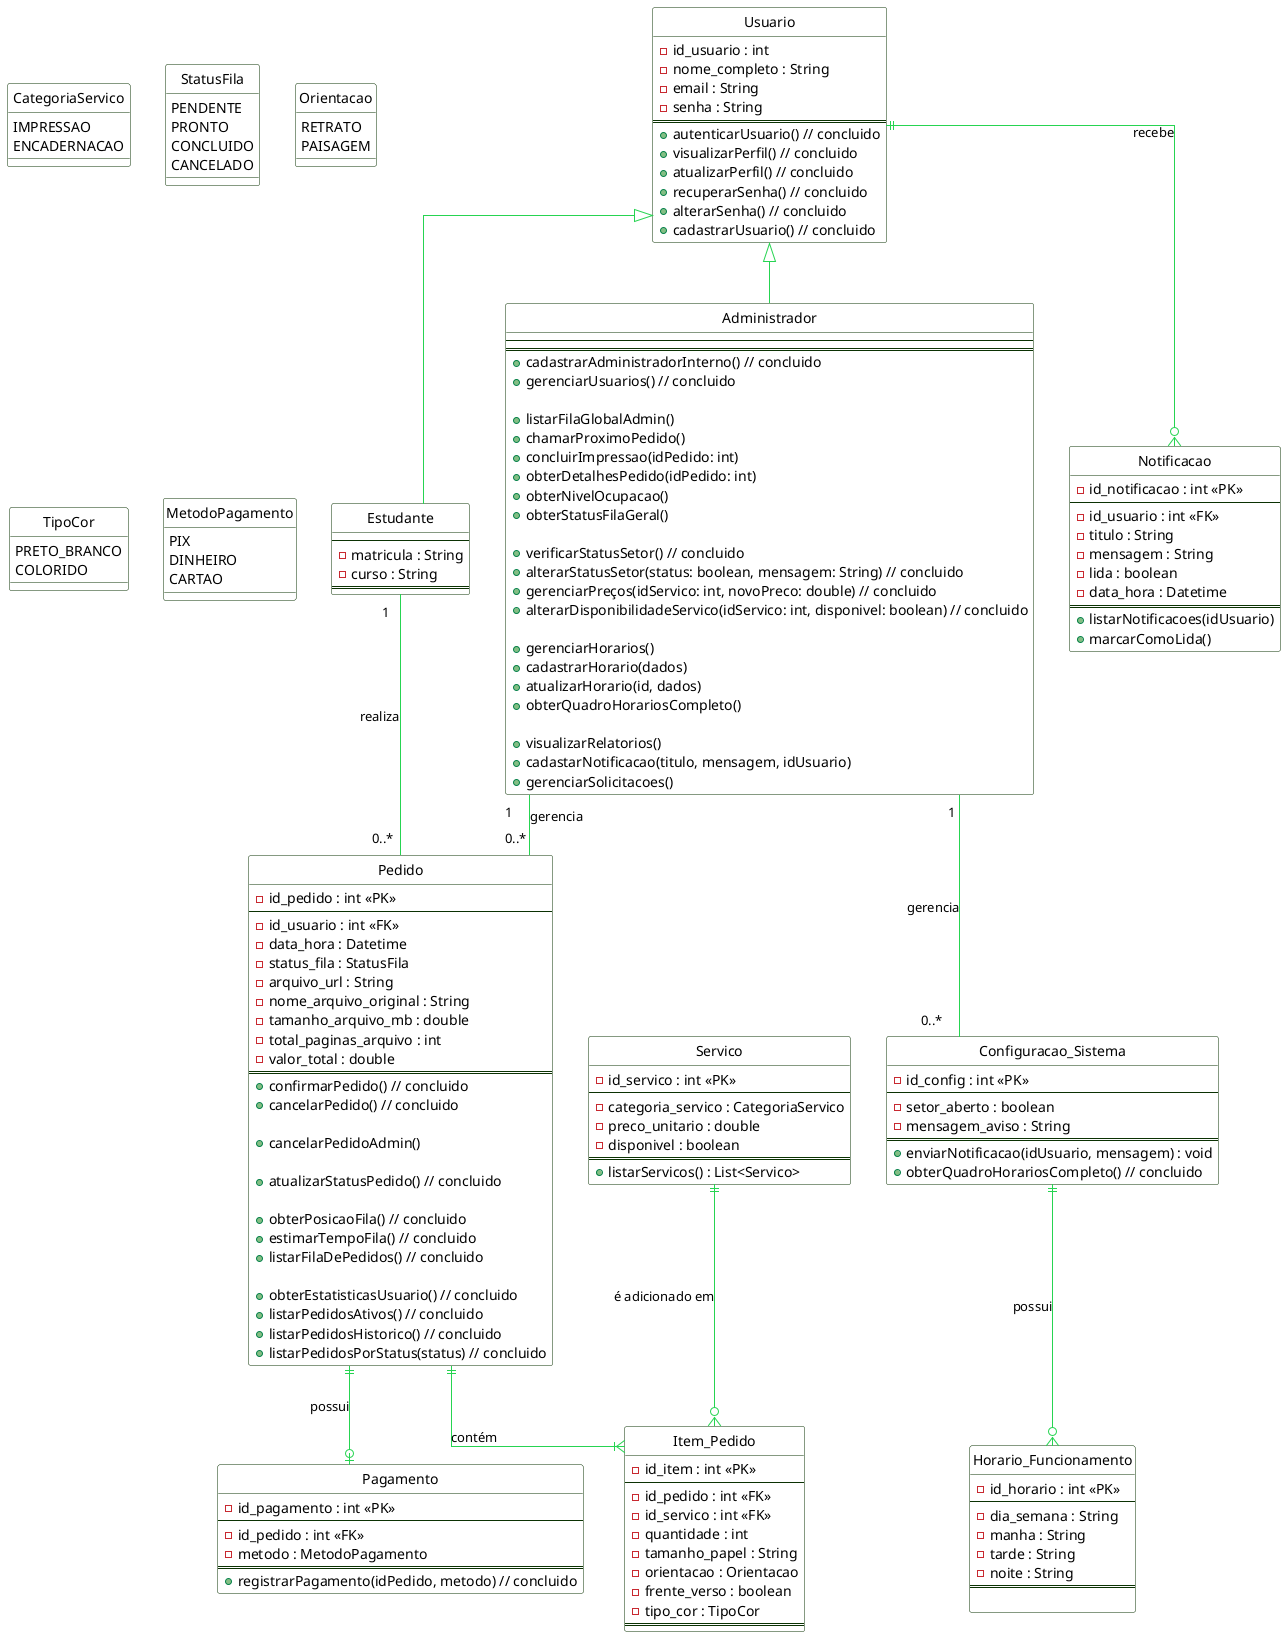
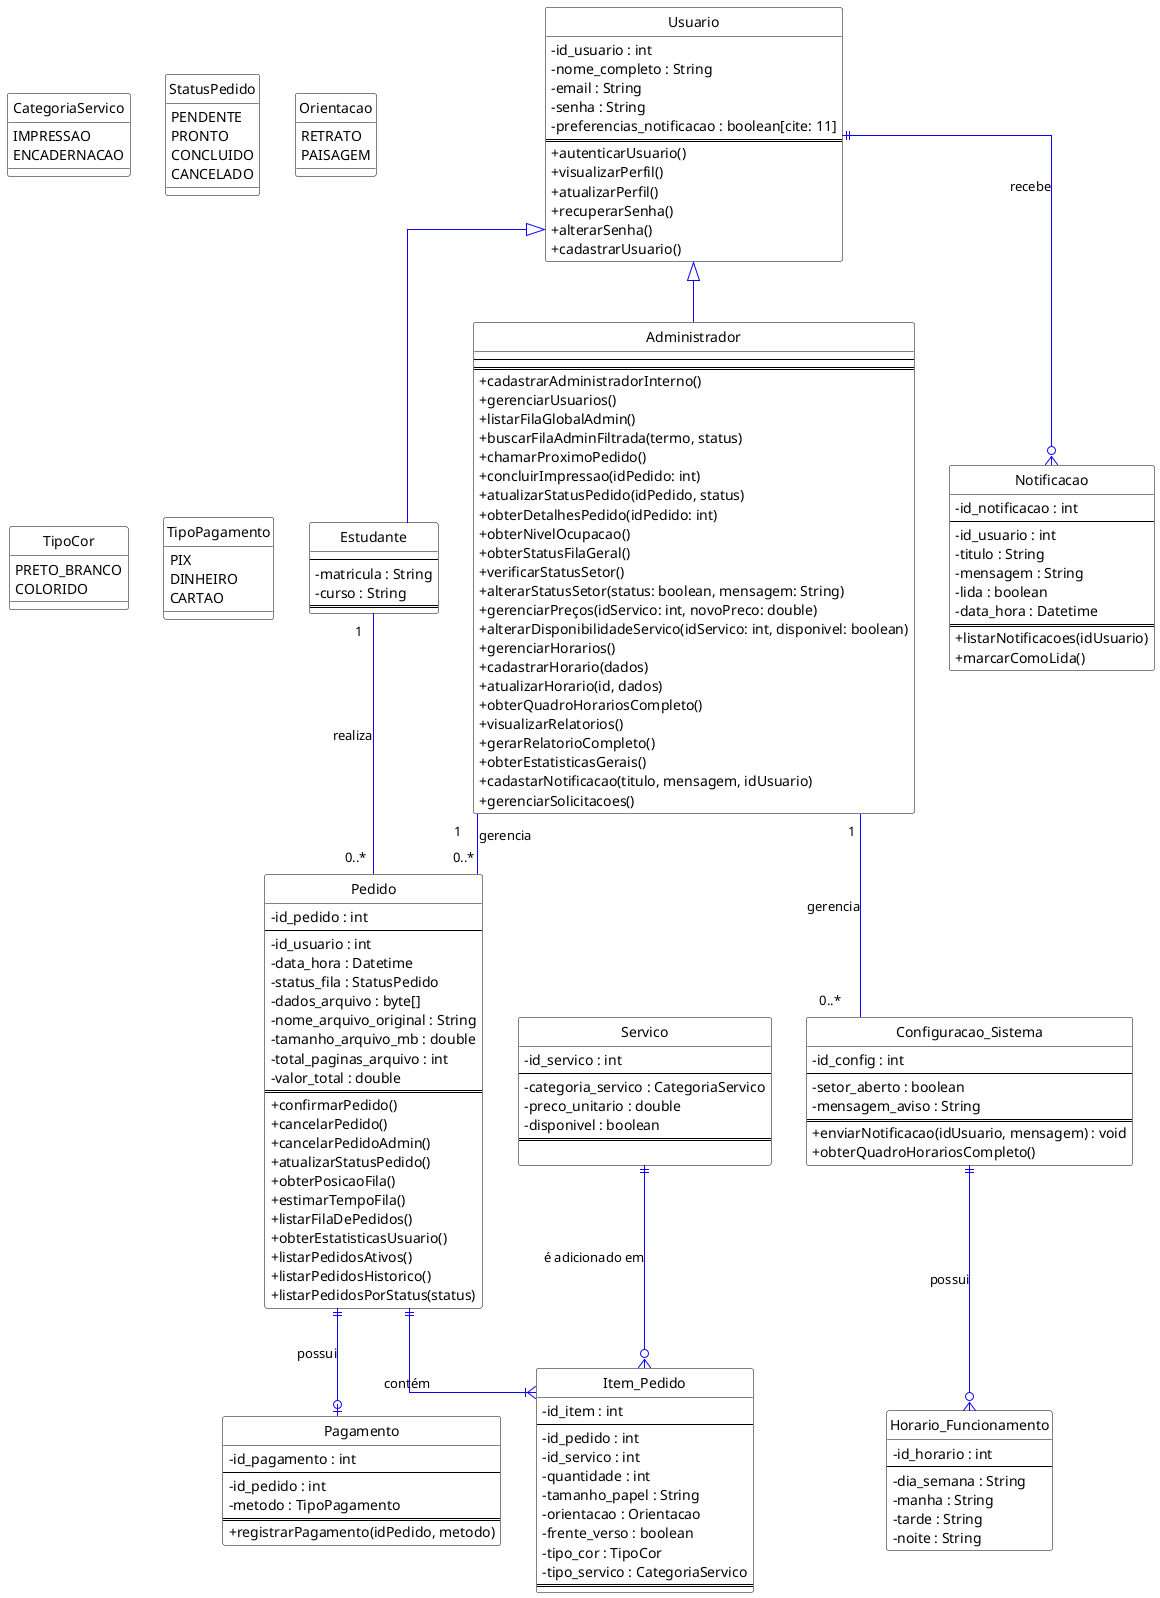
@startuml diagram
- ' Configurações visuais para deixar o diagrama mais limpo e profissional
+ 
hide circle
skinparam linetype ortho
skinparam shadowing false
+ 
+ 
+ skinparam classAttributeIconSize 0
+ 
skinparam class {
    BackgroundColor White
-     ArrowColor #26d451
-     BorderColor #0b3203
+     ArrowColor #0e02fa
+     BorderColor #000000
+     AttributeFontColor #000000
+     MethodFontColor #0b3203
}

- ' --- Definição dos ENUMS ---
enum CategoriaServico {
  IMPRESSAO
  ENCADERNACAO
}

- enum StatusFila {
+ enum StatusPedido {
  PENDENTE
  PRONTO
  CONCLUIDO
  CANCELADO
}

enum Orientacao {
  RETRATO
  PAISAGEM
}

enum TipoCor {
  PRETO_BRANCO
  COLORIDO
}

- enum MetodoPagamento {
+ enum TipoPagamento {
  PIX
  DINHEIRO
  CARTAO
}

- ' --- Definição das Classes (Tabelas + Métodos) ---
- 
+ ' --- Definição das Classes ---
class "Usuario" as usuario {
  - id_usuario : int
  - nome_completo : String
  - email : String
  - senha : String
+   - preferencias_notificacao : boolean[cite: 11]
  ==
-   + autenticarUsuario() // concluido
-   + visualizarPerfil() // concluido
-   + atualizarPerfil() // concluido
-   + recuperarSenha() // concluido
-   + alterarSenha() // concluido
-   + cadastrarUsuario() // concluido
+   + autenticarUsuario()
+   + visualizarPerfil()
+   + atualizarPerfil()
+   + recuperarSenha()
+   + alterarSenha()
+   + cadastrarUsuario()
}

class "Estudante" as estudante {
  --
  - matricula : String
  - curso : String
  ==
}

class "Administrador" as admin {
  --
  ==
-   ' Gestão de Pessoas e Acessos
-   + cadastrarAdministradorInterno() // concluido
-   + gerenciarUsuarios() // concluido
- 
-   ' Gestão Operacional da Fila (Métodos do PedidoService)
+   + cadastrarAdministradorInterno()
+   + gerenciarUsuarios()
  + listarFilaGlobalAdmin()
+   + buscarFilaAdminFiltrada(termo, status)
  + chamarProximoPedido()
  + concluirImpressao(idPedido: int)
+   + atualizarStatusPedido(idPedido, status)
  + obterDetalhesPedido(idPedido: int)
  + obterNivelOcupacao()
  + obterStatusFilaGeral()
- 
-   ' Gestão de Configurações e Preços
-   + verificarStatusSetor() // concluido
-   + alterarStatusSetor(status: boolean, mensagem: String) // concluido
-   + gerenciarPreços(idServico: int, novoPreco: double) // concluido
-   + alterarDisponibilidadeServico(idServico: int, disponivel: boolean) // concluido
- 
-   ' Gestão de Horários // concluido
+   + verificarStatusSetor()
+   + alterarStatusSetor(status: boolean, mensagem: String)
+   + gerenciarPreços(idServico: int, novoPreco: double)
+   + alterarDisponibilidadeServico(idServico: int, disponivel: boolean)
  + gerenciarHorarios()
  + cadastrarHorario(dados)
  + atualizarHorario(id, dados)
  + obterQuadroHorariosCompleto()
- 
-   ' Comunicação e Inteligência
  + visualizarRelatorios()
+   + gerarRelatorioCompleto()
+   + obterEstatisticasGerais()
  + cadastarNotificacao(titulo, mensagem, idUsuario)
  + gerenciarSolicitacoes()
}

+ class "Pedido" as pedido {
+   - id_pedido : int
+   --
+   - id_usuario : int
+   - data_hora : Datetime
+   - status_fila : StatusPedido
+   - dados_arquivo : byte[]
+   - nome_arquivo_original : String
+   - tamanho_arquivo_mb : double
+   - total_paginas_arquivo : int
+   - valor_total : double
+   ==
+   + confirmarPedido()
+   + cancelarPedido()
+   + cancelarPedidoAdmin()
+   + atualizarStatusPedido()
+   + obterPosicaoFila()
+   + estimarTempoFila()
+   + listarFilaDePedidos()
+   + obterEstatisticasUsuario()
+   + listarPedidosAtivos()
+   + listarPedidosHistorico()
+   + listarPedidosPorStatus(status)
+ }
+ 
+ class "Item_Pedido" as item_pedido {
+   - id_item : int
+   --
+   - id_pedido : int
+   - id_servico : int
+   - quantidade : int
+   - tamanho_papel : String
+   - orientacao : Orientacao
+   - frente_verso : boolean
+   - tipo_cor : TipoCor
+   - tipo_servico : CategoriaServico
+   ==
+ }
+ 
+ class "Pagamento" as pagamento {
+   - id_pagamento : int
+   --
+   - id_pedido : int
+   - metodo : TipoPagamento
+   ==
+   + registrarPagamento(idPedido, metodo)
+ }
+ 
class "Servico" as servico {
-   - id_servico : int <<PK>>
+   - id_servico : int
  --
  - categoria_servico : CategoriaServico
  - preco_unitario : double
  - disponivel : boolean
  ==
-   + listarServicos() : List<Servico>
- }

- class "Pedido" as pedido {
-   - id_pedido : int <<PK>>
-   --
-   - id_usuario : int <<FK>>
-   - data_hora : Datetime
-   - status_fila : StatusFila
-   - arquivo_url : String
-   - nome_arquivo_original : String
-   - tamanho_arquivo_mb : double
-   - total_paginas_arquivo : int
-   - valor_total : double
-   ==
-   + confirmarPedido() // concluido
-   + cancelarPedido() // concluido
- 
-   + cancelarPedidoAdmin()
- 
-   + atualizarStatusPedido() // concluido
- 
-   + obterPosicaoFila() // concluido
-   + estimarTempoFila() // concluido
-   + listarFilaDePedidos() // concluido
- 
-   + obterEstatisticasUsuario() // concluido
-   + listarPedidosAtivos() // concluido
-   + listarPedidosHistorico() // concluido
-   + listarPedidosPorStatus(status) // concluido
- }
- 
- class "Item_Pedido" as item_pedido {
-   - id_item : int <<PK>>
-   --
-   - id_pedido : int <<FK>>
-   - id_servico : int <<FK>>
-   - quantidade : int
-   - tamanho_papel : String
-   - orientacao : Orientacao
-   - frente_verso : boolean
-   - tipo_cor : TipoCor
-   ==
- }
- 
- class "Pagamento" as pagamento {
-   - id_pagamento : int <<PK>>
-   --
-   - id_pedido : int <<FK>>
-   - metodo : MetodoPagamento
-   ==
-   + registrarPagamento(idPedido, metodo) // concluido
}

class "Notificacao" as notificacao {
-   - id_notificacao : int <<PK>>
+   - id_notificacao : int
  --
-   - id_usuario : int <<FK>>
+   - id_usuario : int
  - titulo : String
  - mensagem : String
  - lida : boolean
  - data_hora : Datetime
  ==
  + listarNotificacoes(idUsuario)
  + marcarComoLida()
}

+ ' ... Restante das classes e relacionamentos (Mantidos) ...
class "Horario_Funcionamento" as horario {
-   - id_horario : int <<PK>>
+   - id_horario : int
  --
  - dia_semana : String
  - manha : String
  - tarde : String
  - noite : String
-   ==
- 
}

class "Configuracao_Sistema" as config {
-   - id_config : int <<PK>>
+   - id_config : int
  --
  - setor_aberto : boolean
  - mensagem_aviso : String
  ==
  + enviarNotificacao(idUsuario, mensagem) : void
-   + obterQuadroHorariosCompleto() // concluido
+   + obterQuadroHorariosCompleto()
}
- 
- ' --- Definição dos Relacionamentos ---

usuario <|-- estudante
usuario <|-- admin
- 
- 
usuario ||--o{ notificacao : "recebe"
pedido ||--|{ item_pedido : "contém"
servico ||--o{ item_pedido : "é adicionado em"
pedido ||--o| pagamento : "possui"
config ||--o{ horario : "possui"
- 
estudante "1   " -- "0..*  " pedido : "realiza"
admin "1   " -- "0..*  " config : "gerencia"
admin "1   " -- "0..*  " pedido : "gerencia"

@enduml